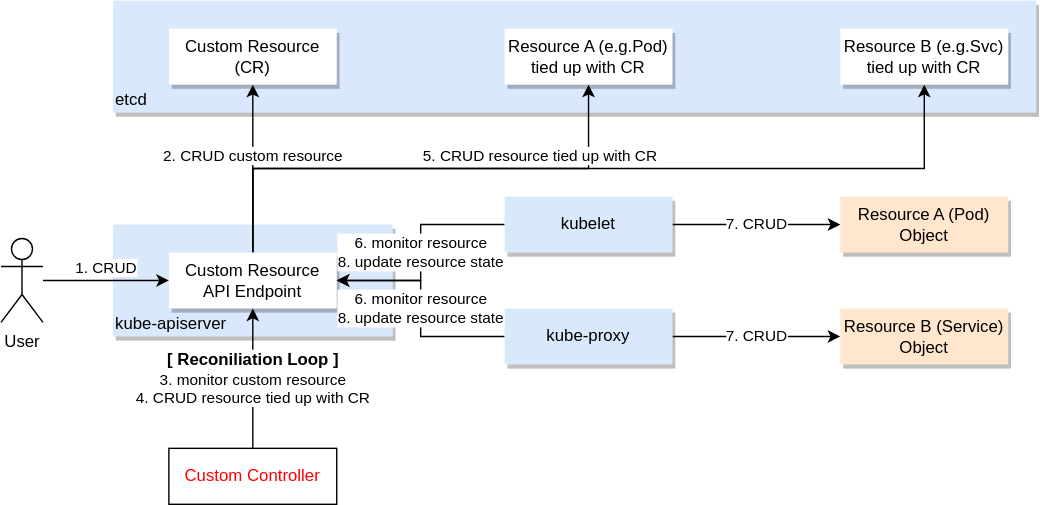
Earlier version of the draw.io export Kubernetes/images/custom-controller.drawio.svg (k-makino-jp/sandbox). Source tidied: cells renumbered, new cells last; positions are measured from the earlier drawing's top-left corner, leaving out a move shared by most shapes.
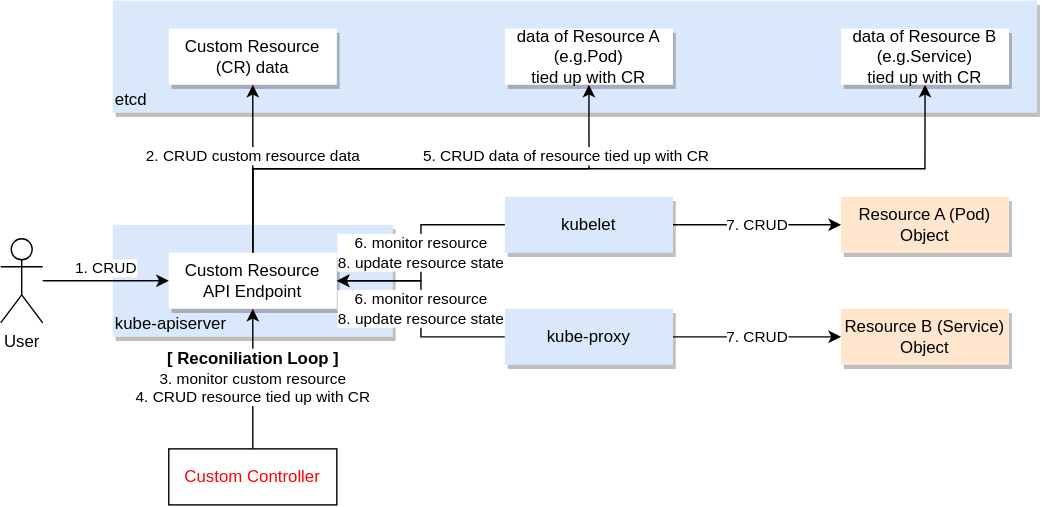
The same diagram one commit later.

Change to the diagram source:
```diff
@@ -8,10 +8,10 @@
     <mxCell id="3" value="kube-apiserver" style="rounded=0;whiteSpace=wrap;html=1;align=left;verticalAlign=bottom;shadow=1;fillColor=#dae8fc;strokeColor=none;" parent="1" vertex="1">
       <mxGeometry x="80" y="160" width="200" height="80" as="geometry" />
     </mxCell>
-    <mxCell id="4" value="2. CRUD custom resource" style="edgeStyle=orthogonalEdgeStyle;rounded=0;jettySize=auto;html=1;exitX=0.5;exitY=0;exitDx=0;exitDy=0;verticalAlign=bottom;" parent="1" edge="1" source="7" target="12">
+    <mxCell id="4" value="2. CRUD custom resource data" style="edgeStyle=orthogonalEdgeStyle;rounded=0;jettySize=auto;html=1;exitX=0.5;exitY=0;exitDx=0;exitDy=0;verticalAlign=bottom;" parent="1" edge="1" source="7" target="12">
       <mxGeometry relative="1" as="geometry" />
     </mxCell>
-    <mxCell id="5" value="5. CRUD resource tied up with CR" style="edgeStyle=orthogonalEdgeStyle;rounded=0;jettySize=auto;html=1;exitX=0.5;exitY=0;exitDx=0;exitDy=0;entryX=0.5;entryY=1;entryDx=0;entryDy=0;align=left;verticalAlign=bottom;" parent="1" edge="1" source="7" target="13">
+    <mxCell id="5" value="5. CRUD data of resource tied up with CR" style="edgeStyle=orthogonalEdgeStyle;rounded=0;jettySize=auto;html=1;exitX=0.5;exitY=0;exitDx=0;exitDy=0;entryX=0.5;entryY=1;entryDx=0;entryDy=0;align=left;verticalAlign=bottom;" parent="1" edge="1" source="7" target="13">
       <mxGeometry relative="1" as="geometry" />
     </mxCell>
     <mxCell id="6" style="edgeStyle=orthogonalEdgeStyle;rounded=0;jettySize=auto;html=1;exitX=0.5;exitY=0;exitDx=0;exitDy=0;entryX=0.5;entryY=1;entryDx=0;entryDy=0;align=left;verticalAlign=bottom;" parent="1" edge="1" source="7" target="16">
@@ -32,10 +32,10 @@
     <mxCell id="11" value="Custom Controller" style="rounded=0;whiteSpace=wrap;html=1;fontColor=#FF0000;" parent="1" vertex="1">
       <mxGeometry x="120" y="320" width="120" height="40" as="geometry" />
     </mxCell>
-    <mxCell id="12" value="Custom Resource&lt;br&gt;(CR)" style="rounded=0;whiteSpace=wrap;html=1;strokeColor=none;shadow=1;" parent="1" vertex="1">
+    <mxCell id="12" value="Custom Resource&lt;br&gt;(CR) data" style="rounded=0;whiteSpace=wrap;html=1;strokeColor=none;shadow=1;" parent="1" vertex="1">
       <mxGeometry x="120" y="20" width="120" height="40" as="geometry" />
     </mxCell>
-    <mxCell id="13" value="Resource A (e.g.Pod)&lt;br&gt;tied up with CR" style="rounded=0;whiteSpace=wrap;html=1;strokeColor=none;shadow=1;" parent="1" vertex="1">
+    <mxCell id="13" value="data of Resource A (e.g.Pod)&lt;br&gt;tied up with CR" style="rounded=0;whiteSpace=wrap;html=1;strokeColor=none;shadow=1;" parent="1" vertex="1">
       <mxGeometry x="360" y="20" width="120" height="40" as="geometry" />
     </mxCell>
     <mxCell id="14" value="Resource A (Pod) Object" style="rounded=0;whiteSpace=wrap;html=1;shadow=1;fillColor=#ffe6cc;strokeColor=none;" parent="1" vertex="1">
@@ -44,7 +44,7 @@
     <mxCell id="15" value="Resource B (Service) Object" style="rounded=0;whiteSpace=wrap;html=1;shadow=1;fillColor=#ffe6cc;strokeColor=none;" parent="1" vertex="1">
       <mxGeometry x="600" y="220" width="120" height="40" as="geometry" />
     </mxCell>
-    <mxCell id="16" value="Resource B (e.g.Svc)&lt;br&gt;tied up with CR" style="rounded=0;whiteSpace=wrap;html=1;strokeColor=none;shadow=1;" parent="1" vertex="1">
+    <mxCell id="16" value="data of Resource B (e.g.Service)&lt;br&gt;tied up with CR" style="rounded=0;whiteSpace=wrap;html=1;strokeColor=none;shadow=1;" parent="1" vertex="1">
       <mxGeometry x="600" y="20" width="120" height="40" as="geometry" />
     </mxCell>
     <mxCell id="17" value="6. monitor resource&lt;br&gt;8. update resource state&lt;br&gt;" style="edgeStyle=orthogonalEdgeStyle;rounded=0;jettySize=auto;html=1;exitX=0;exitY=0.5;exitDx=0;exitDy=0;entryX=1;entryY=0.5;entryDx=0;entryDy=0;align=center;verticalAlign=middle;" parent="1" edge="1" source="19" target="7">
```
